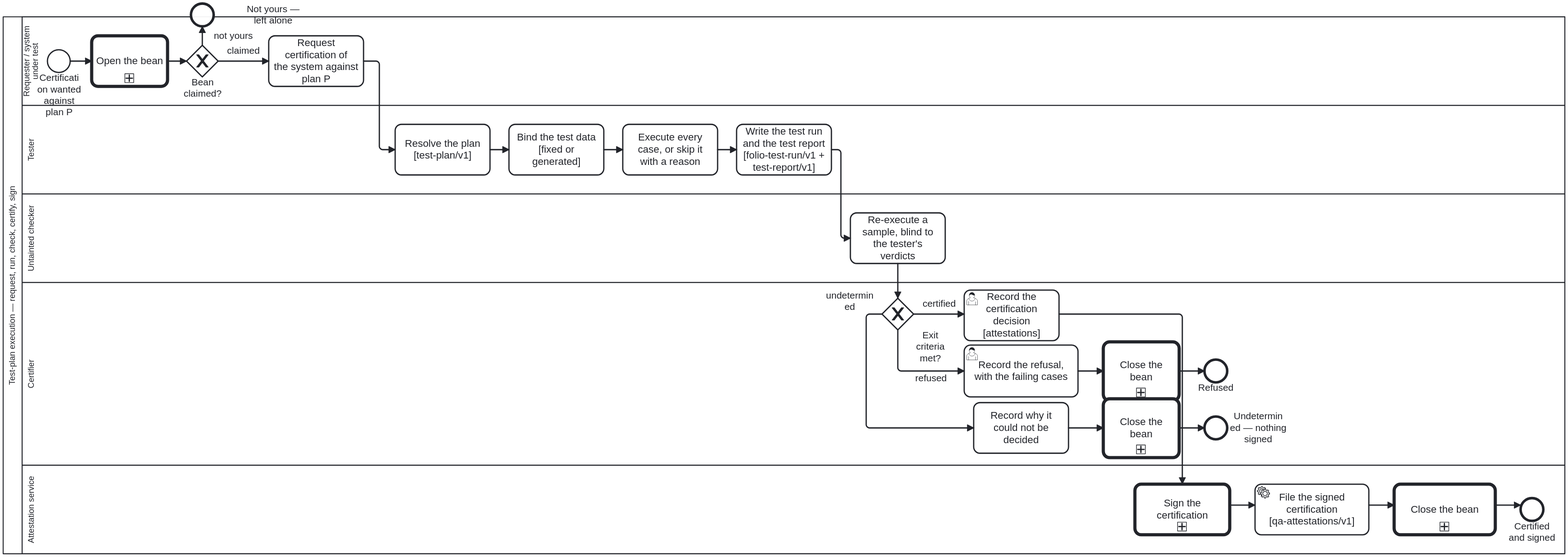
Above: docs/assets/img/workflows/test-plan-execution.svg in litlfred/cat-harness (BPMN), before the change. Its source is kept beside it as processes/sdlc/test-plan-execution.bpmn. Ids are renumbered.
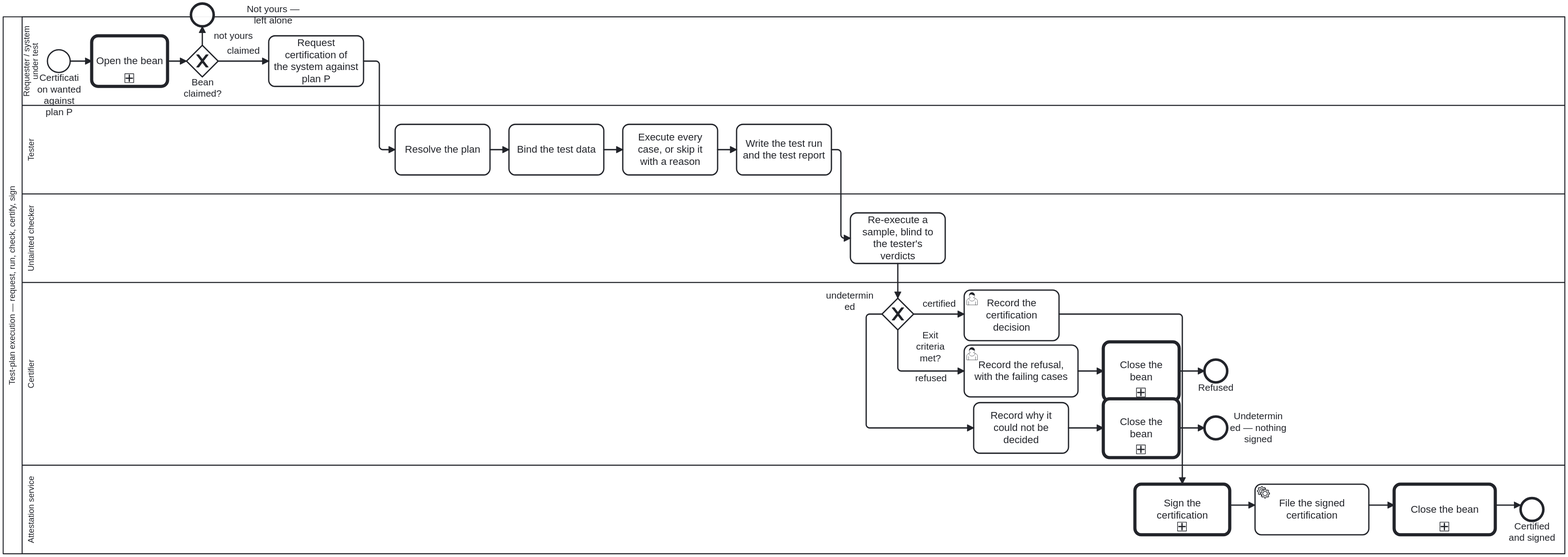
The same diagram one commit later.

Diff of the diagram source:
```diff
@@ -114,8 +114,8 @@
       <bpmn:incoming>SF_Bean_1</bpmn:incoming>
     </bpmn:task>
 
-    <bpmn:task id="A_ResolvePlan" name="Resolve the plan&#10;[test-plan/v1]">
-      <bpmn:documentation>The plan parses, names at least one `req:` requirement, its `exitCriteria` resolves to a decision in a `.dmn` that exists, and its `scope.kind` is the system's facet kind. A plan that does not resolve is not run — `test-plan-resolves` audits the same join afterwards.</bpmn:documentation>
+    <bpmn:task id="A_ResolvePlan" name="Resolve the plan">
+      <bpmn:documentation>The plan parses, names at least one `req:` requirement, its `exitCriteria` resolves to a decision in a `.dmn` that exists, and its `scope.kind` is the system's facet kind. A plan that does not resolve is not run — `test-plan-resolves` audits the same join afterwards. Reads a `test-plan/v1`.</bpmn:documentation>
       <bpmn:extensionElements>
         <bootstrap.processes:skill ref="test-plan-execution" />
         <cat-harness.processes:bean op="note" />
@@ -124,7 +124,7 @@
       <bpmn:outgoing>F03</bpmn:outgoing>
     </bpmn:task>
 
-    <bpmn:task id="A_BindData" name="Bind the test data&#10;[fixed or generated]">
+    <bpmn:task id="A_BindData" name="Bind the test data">
       <bpmn:documentation>Per bean `vm6m`: a fixed set is a committed path and counts as evidence only once reviewed; a generated set is template + params + seed and is never materialised. Both feed the run's data hash, and nothing that feeds the process hash may feed it too.</bpmn:documentation>
       <bpmn:extensionElements>
         <bootstrap.processes:skill ref="test-plan-execution" />
@@ -145,8 +145,8 @@
       <bpmn:outgoing>F05</bpmn:outgoing>
     </bpmn:task>
 
-    <bpmn:task id="A_WriteRun" name="Write the test run and the test report&#10;[folio-test-run/v1 + test-report/v1]">
-      <bpmn:documentation>The run records `plan {id, version}` and `sut {actor, version, reach}` with its data and process hashes; the report rolls up per plan, never across plans, and goes to the `qa-reports` branch at `tests/plan/sut/run/`. No verdict in it may name the system under test as its reviewer.</bpmn:documentation>
+    <bpmn:task id="A_WriteRun" name="Write the test run and the test report">
+      <bpmn:documentation>The run records `plan {id, version}` and `sut {actor, version, reach}` with its data and process hashes; the report rolls up per plan, never across plans, and goes to the `qa-reports` branch at `tests/plan/sut/run/`. No verdict in it may name the system under test as its reviewer. Writes a `folio-test-run/v1` and a `test-report/v1`.</bpmn:documentation>
       <bpmn:extensionElements>
         <bootstrap.processes:skill ref="test-plan-execution" />
         <cat-harness.processes:bean op="note" />
@@ -177,7 +177,7 @@
       <bpmn:outgoing>F_Undetermined</bpmn:outgoing>
     </bpmn:exclusiveGateway>
 
-    <bpmn:userTask id="A_RecordCertification" name="Record the certification decision&#10;[attestations]">
+    <bpmn:userTask id="A_RecordCertification" name="Record the certification decision">
       <bpmn:documentation>The judgement: the certifier records, under their own name, that the system meets plan P at this version on this run. It is written under the declared `attestations` graph beside the other judgements, never on the `qa-reports` branch with derived results. A user task, so no agent or pipeline can fill it.</bpmn:documentation>
       <bpmn:extensionElements>
         <bootstrap.processes:skill ref="test-plan-execution" />
@@ -218,8 +218,8 @@
       <bpmn:outgoing>F11</bpmn:outgoing>
     </bpmn:callActivity>
 
-    <bpmn:serviceTask id="A_FileCertification" name="File the signed certification&#10;[qa-attestations/v1]">
-      <bpmn:documentation>The signed certification goes under the declared `attestations` graph on main (owner ruling D2 (a), D5 default), pointing at the report it certifies. The bean resolves here, once the process has actually finished.</bpmn:documentation>
+    <bpmn:serviceTask id="A_FileCertification" name="File the signed certification">
+      <bpmn:documentation>The signed certification goes under the declared `attestations` graph on main (owner ruling D2 (a), D5 default), pointing at the report it certifies. The bean resolves here, once the process has actually finished. Files it as `qa-attestations/v1`.</bpmn:documentation>
       <bpmn:extensionElements>
         <bootstrap.processes:skill ref="test-plan-execution" />
         <cat-harness.processes:bean op="note" />
```
